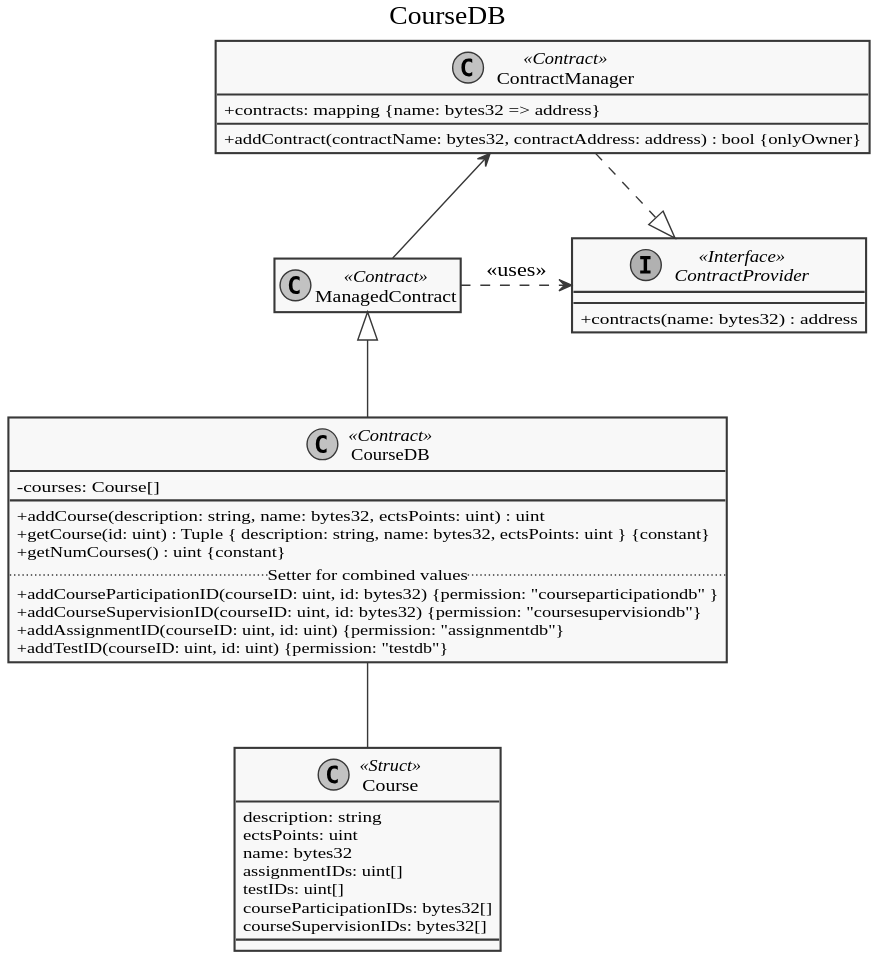
Earlier version of the PlantUML export doc/diagrams/export/contracts/coursedb.svg (dev-tee/blockpass).
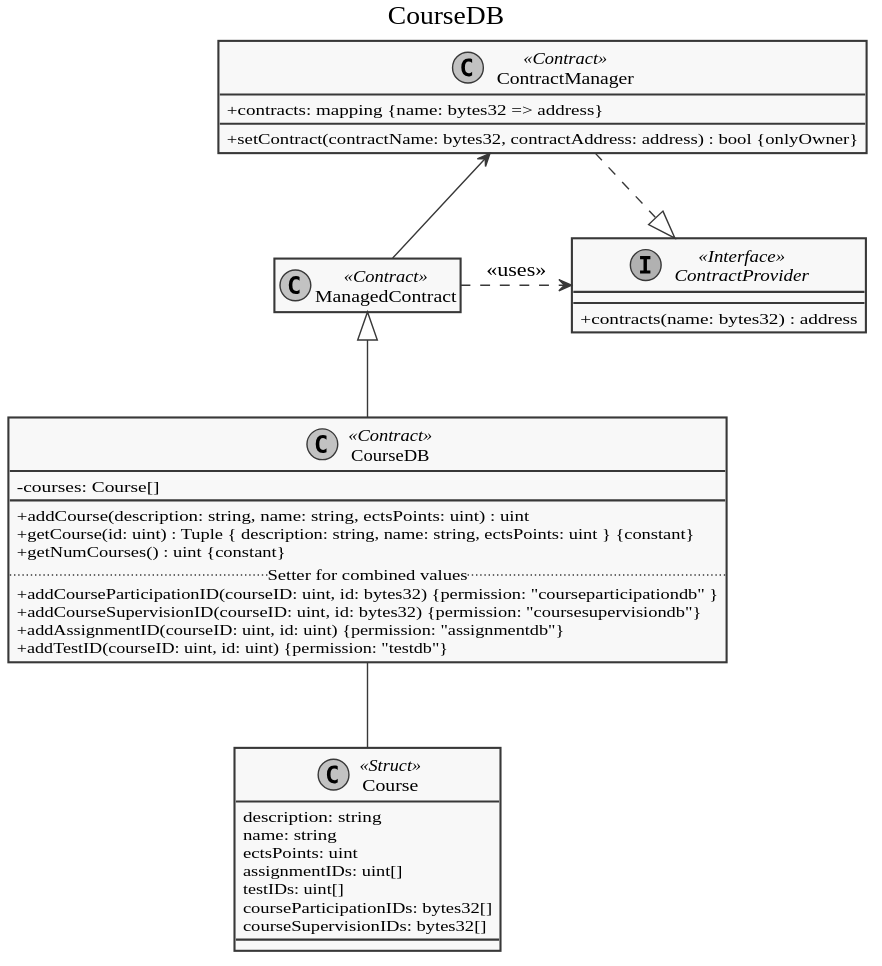
The same file after the commit.

The edit, as a diff of the source:
```diff
@@ -36,7 +36,7 @@
 
 class ContractManager << Contract >> {
   +contracts: mapping {name: bytes32 => address}
-  +addContract(contractName: bytes32, contractAddress: address) : bool {onlyOwner}
+  +setContract(contractName: bytes32, contractAddress: address) : bool {onlyOwner}
 }
 
 ContractManager -up-|> Owned
@@ -64,8 +64,8 @@
 
 class Course << Struct >> {
   description: string
+  name: string
   ectsPoints: uint
-  name: bytes32
   assignmentIDs: uint[]
   testIDs: uint[]
   courseParticipationIDs: bytes32[]
@@ -75,8 +75,8 @@
 class CourseDB << Contract >> {
   -courses: Course[]
   __
-  +addCourse(description: string, name: bytes32, ectsPoints: uint) : uint
-  +getCourse(id: uint) : Tuple { description: string, name: bytes32, ectsPoints: uint } {constant}
+  +addCourse(description: string, name: string, ectsPoints: uint) : uint
+  +getCourse(id: uint) : Tuple { description: string, name: string, ectsPoints: uint } {constant}
   +getNumCourses() : uint {constant}
   .. Setter for combined values ..
   +addCourseParticipationID(courseID: uint, id: bytes32) {permission: "courseparticipationdb" }
```
